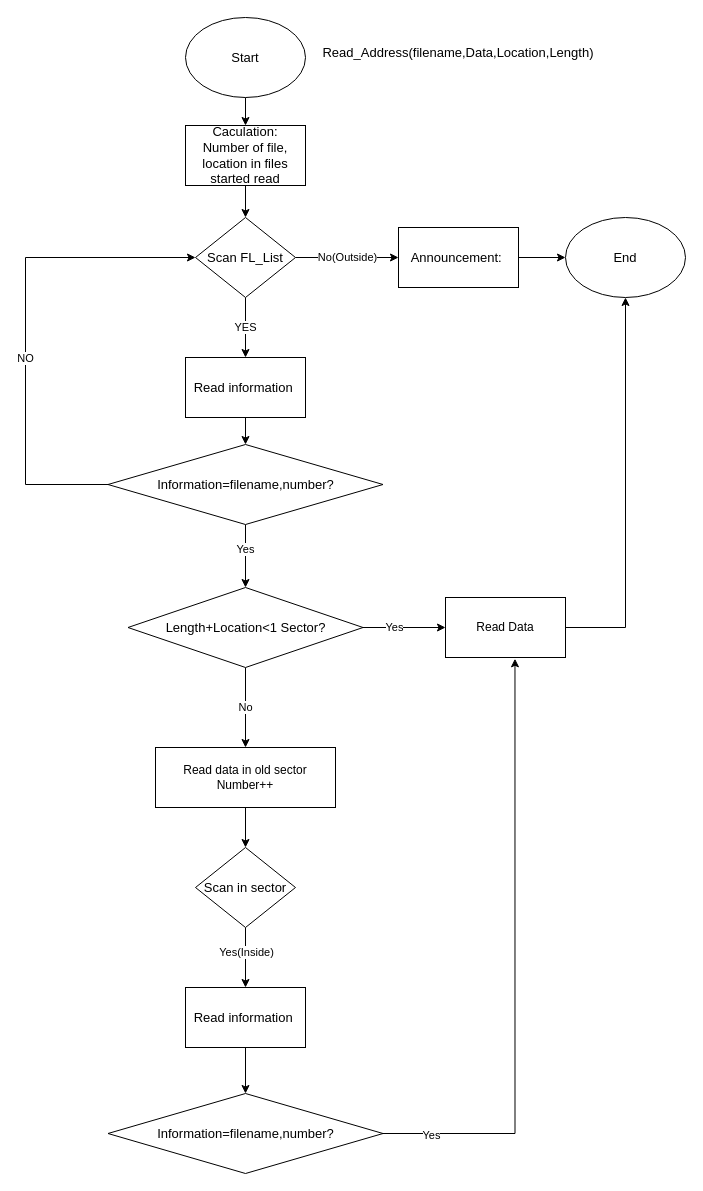
Above: page "Read_Address" (3 of 6) of Mindset.drawio in Chipuscu/STM321 (draw.io), before the change. Source tidied: cells renumbered, new cells numbered last; positions are measured from the earlier drawing's top-left corner, leaving out a move shared by most shapes. Both pictures are drawn from the tidied source at 100%, with x=0, y=0 at pixel (25, 17).
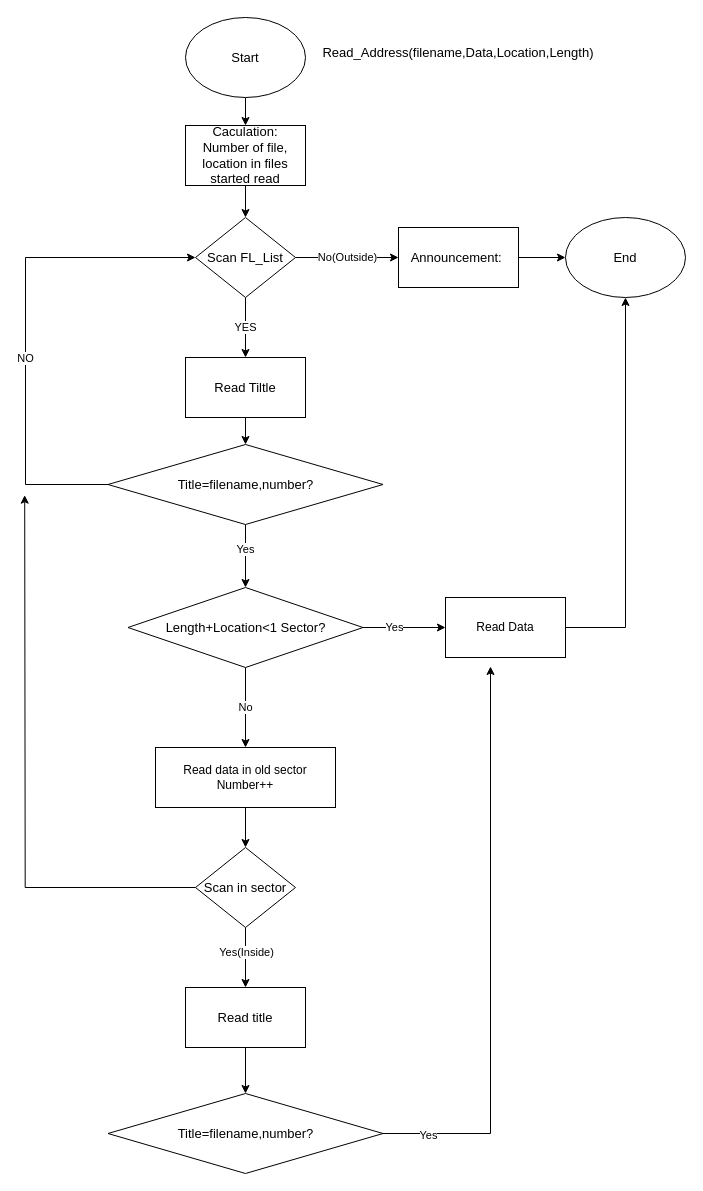
Above is the later version.

Unchanged cells that the change refers to:
```xml
<mxCell id="25" value="Read Data" style="rounded=0;whiteSpace=wrap;html=1;" parent="1" vertex="1">
  <mxGeometry x="420" y="580" width="120" height="60" as="geometry" />
</mxCell>
<mxCell id="30" value="Scan in sector" style="rhombus;whiteSpace=wrap;html=1;fontSize=13;" parent="1" vertex="1">
  <mxGeometry x="170" y="830" width="100" height="80" as="geometry" />
</mxCell>
```

Diff of the diagram source:
```diff
@@
-    <mxCell id="11" value="Read information&amp;nbsp;" style="rounded=0;whiteSpace=wrap;html=1;fontSize=13;" parent="1" vertex="1">
+    <mxCell id="11" value="Read Tiltle" style="rounded=0;whiteSpace=wrap;html=1;fontSize=13;" parent="1" vertex="1">
       <mxGeometry x="160" y="340" width="120" height="60" as="geometry" />
     </mxCell>
@@
-    <mxCell id="16" value="Information=filename,number?" style="rhombus;whiteSpace=wrap;html=1;fontSize=13;" parent="1" vertex="1">
+    <mxCell id="16" value="Title=filename,number?" style="rhombus;whiteSpace=wrap;html=1;fontSize=13;" parent="1" vertex="1">
       <mxGeometry x="82.5" y="427" width="275" height="80" as="geometry" />
     </mxCell>
@@
+    <mxCell id="36" style="edgeStyle=orthogonalEdgeStyle;rounded=0;jumpSize=10;jettySize=auto;html=1;" parent="1" edge="1" source="30">
+      <mxGeometry relative="1" as="geometry">
+        <mxPoint x="-0.8" y="477.7" as="targetPoint" />
+      </mxGeometry>
+    </mxCell>
@@
-    <mxCell id="32" value="Read information&amp;nbsp;" style="rounded=0;whiteSpace=wrap;html=1;fontSize=13;" parent="1" vertex="1">
+    <mxCell id="32" value="Read title" style="rounded=0;whiteSpace=wrap;html=1;fontSize=13;" parent="1" vertex="1">
       <mxGeometry x="160" y="970" width="120" height="60" as="geometry" />
     </mxCell>
-    <mxCell id="33" style="edgeStyle=orthogonalEdgeStyle;rounded=0;jettySize=auto;html=1;entryX=0.579;entryY=1.021;entryDx=0;entryDy=0;entryPerimeter=0;" parent="1" edge="1" source="35" target="25">
+    <mxCell id="33" style="edgeStyle=orthogonalEdgeStyle;rounded=0;jettySize=auto;html=1;" parent="1" edge="1" source="35">
       <mxGeometry relative="1" as="geometry">
+        <mxPoint x="465" y="649" as="targetPoint" />
         <Array as="points">
-          <mxPoint x="490" y="1116" />
+          <mxPoint x="465" y="1116" />
         </Array>
       </mxGeometry>
     </mxCell>
@@
-    <mxCell id="35" value="Information=filename,number?" style="rhombus;whiteSpace=wrap;html=1;fontSize=13;" parent="1" vertex="1">
+    <mxCell id="35" value="Title=filename,number?" style="rhombus;whiteSpace=wrap;html=1;fontSize=13;" parent="1" vertex="1">
       <mxGeometry x="82.5" y="1076" width="275" height="80" as="geometry" />
     </mxCell>
```
